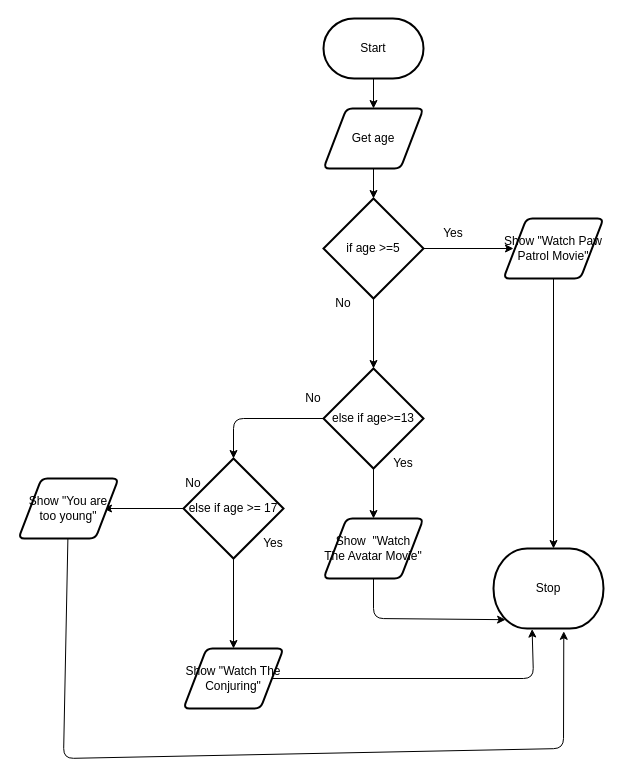
Earlier version of the draw.io diagram design/flowchart.drawio (MTHS-ICS2O-2-2022/ICS2O-Unit-5-03-Mariam-Kasim). Source tidied: cells renumbered, new cells numbered last; positions are measured from the earlier drawing's top-left corner, leaving out a move shared by most shapes. Both pictures are drawn from the tidied source at 100%, with x=0, y=0 at pixel (18, 18).
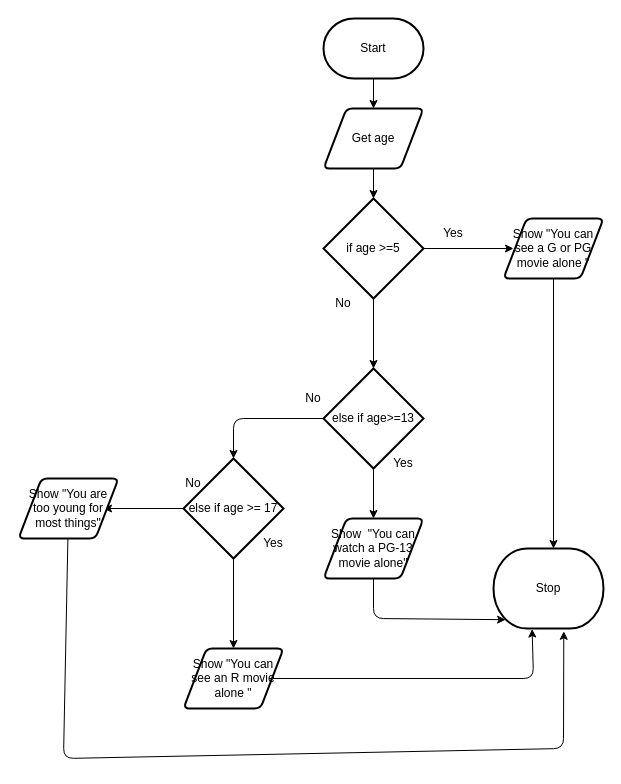
Above is the later version.

What changed in the source:
```diff
@@
-    <mxCell id="13" value="Show &quot;Watch Paw Patrol Movie&quot;" style="shape=parallelogram;html=1;strokeWidth=2;perimeter=parallelogramPerimeter;whiteSpace=wrap;rounded=1;arcSize=12;size=0.23;" parent="1" vertex="1">
+    <mxCell id="13" value="Show &quot;You can see a G or PG movie alone &quot;" style="shape=parallelogram;html=1;strokeWidth=2;perimeter=parallelogramPerimeter;whiteSpace=wrap;rounded=1;arcSize=12;size=0.23;" parent="1" vertex="1">
       <mxGeometry x="485" y="200" width="100" height="60" as="geometry" />
     </mxCell>
@@
-    <mxCell id="19" value="Show&amp;nbsp; &quot;Watch The Avatar Movie&quot;" style="shape=parallelogram;html=1;strokeWidth=2;perimeter=parallelogramPerimeter;whiteSpace=wrap;rounded=1;arcSize=12;size=0.23;" parent="1" vertex="1">
+    <mxCell id="19" value="Show&amp;nbsp; &quot;You can watch a PG-13 movie alone&quot;" style="shape=parallelogram;html=1;strokeWidth=2;perimeter=parallelogramPerimeter;whiteSpace=wrap;rounded=1;arcSize=12;size=0.23;" parent="1" vertex="1">
       <mxGeometry x="305" y="500" width="100" height="60" as="geometry" />
     </mxCell>
@@
-    <mxCell id="24" value="Show &quot;Watch The Conjuring&quot;" style="shape=parallelogram;html=1;strokeWidth=2;perimeter=parallelogramPerimeter;whiteSpace=wrap;rounded=1;arcSize=12;size=0.23;" parent="1" vertex="1">
+    <mxCell id="24" value="Show &quot;You can see an R movie alone &quot;" style="shape=parallelogram;html=1;strokeWidth=2;perimeter=parallelogramPerimeter;whiteSpace=wrap;rounded=1;arcSize=12;size=0.23;" parent="1" vertex="1">
       <mxGeometry x="165" y="630" width="100" height="60" as="geometry" />
     </mxCell>
@@
-    <mxCell id="28" value="Show &quot;You are too young&quot;" style="shape=parallelogram;html=1;strokeWidth=2;perimeter=parallelogramPerimeter;whiteSpace=wrap;rounded=1;arcSize=12;size=0.23;" parent="1" vertex="1">
+    <mxCell id="28" value="Show &quot;You are too young for most things&quot;" style="shape=parallelogram;html=1;strokeWidth=2;perimeter=parallelogramPerimeter;whiteSpace=wrap;rounded=1;arcSize=12;size=0.23;" parent="1" vertex="1">
       <mxGeometry y="460" width="100" height="60" as="geometry" />
     </mxCell>
```
